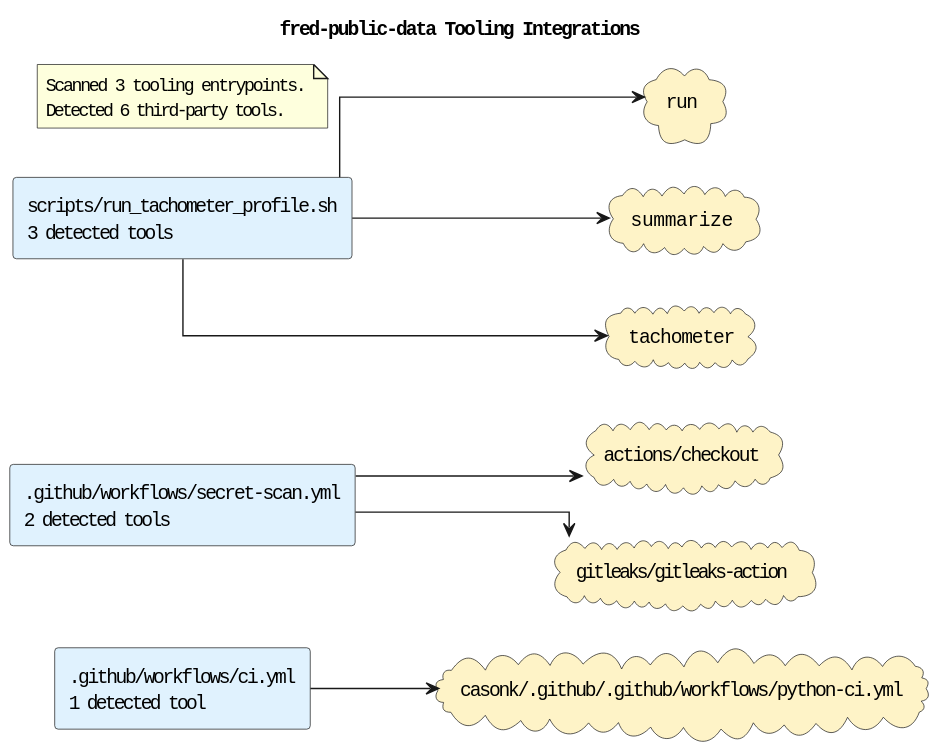
The PlantUML diagram docs/diagrams/tooling-integrations.puml.svg in casonk/fred-public-data, before a commit.
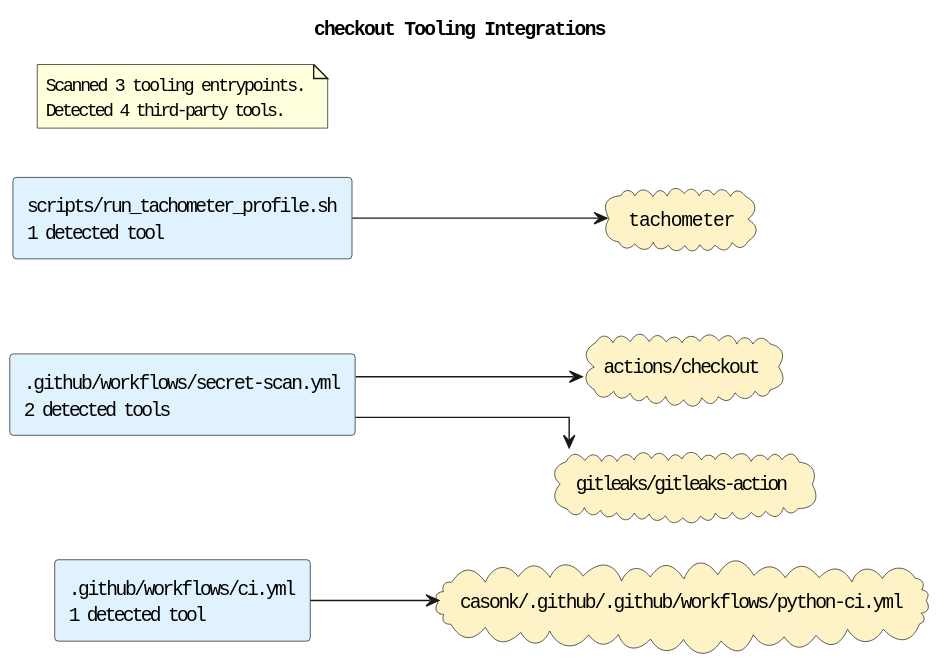
Later version of the same file.

What changed in the source:
```diff
@@ -1,5 +1,5 @@
 @startuml
-title fred-public-data Tooling Integrations
+title checkout Tooling Integrations
 left to right direction
 skinparam shadowing false
 skinparam defaultFontName Monospace
@@ -7,21 +7,17 @@
 skinparam linetype ortho
 rectangle ".github/workflows/ci.yml\n1 detected tool" as source_github_workflows_ci_yml #E0F2FE
 rectangle ".github/workflows/secret-scan.yml\n2 detected tools" as source_github_workflows_secret_scan_yml #E0F2FE
-rectangle "scripts/run_tachometer_profile.sh\n3 detected tools" as source_scripts_run_tachometer_profile_sh #E0F2FE
+rectangle "scripts/run_tachometer_profile.sh\n1 detected tool" as source_scripts_run_tachometer_profile_sh #E0F2FE
 cloud "actions/checkout" as tool_actions_checkout #FEF3C7
 cloud "casonk/.github/.github/workflows/python-ci.yml" as tool_casonk_github_github_workflows_python_ci_yml #FEF3C7
 cloud "gitleaks/gitleaks-action" as tool_gitleaks_gitleaks_action #FEF3C7
-cloud "run" as tool_run #FEF3C7
-cloud "summarize" as tool_summarize #FEF3C7
 cloud "tachometer" as tool_tachometer #FEF3C7
 source_github_workflows_ci_yml --> tool_casonk_github_github_workflows_python_ci_yml
 source_github_workflows_secret_scan_yml --> tool_actions_checkout
 source_github_workflows_secret_scan_yml --> tool_gitleaks_gitleaks_action
-source_scripts_run_tachometer_profile_sh --> tool_run
-source_scripts_run_tachometer_profile_sh --> tool_summarize
 source_scripts_run_tachometer_profile_sh --> tool_tachometer
 note as toolingGraphSummary
 Scanned 3 tooling entrypoints.
-Detected 6 third-party tools.
+Detected 4 third-party tools.
 end note
 @enduml
```
